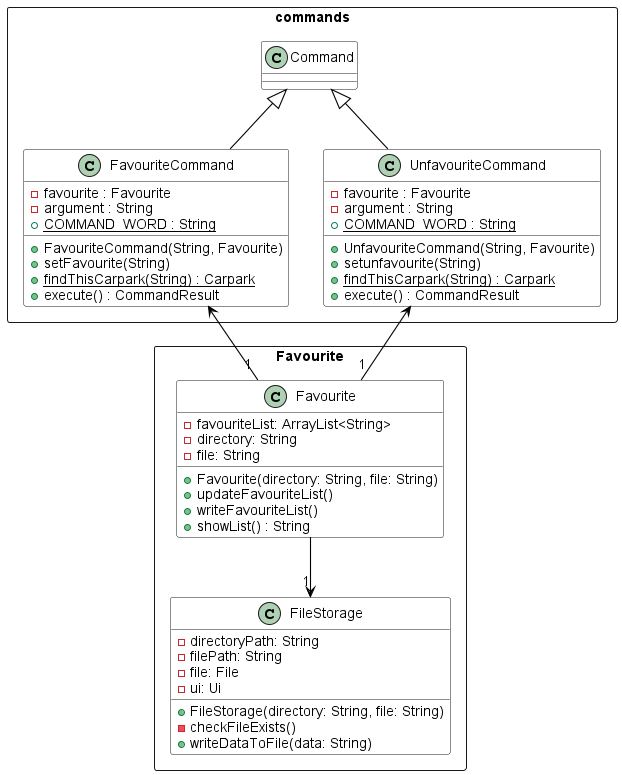
The PlantUML diagram docs/images/FavouriteClassDiagram.png in nus-cs2113-AY2223S1/tp, before a commit.
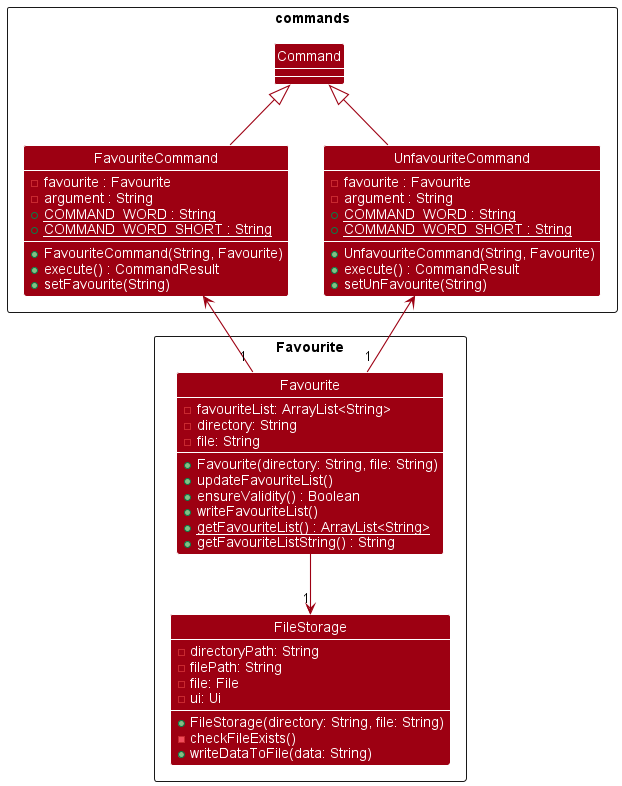
Later version of the same file.

The edit, as a diff of the source:
```diff
@@ -1,6 +1,7 @@
 @startuml
+!include style.puml
 skinparam arrowThickness 1.1
-skinparam arrowColor BLACK
+skinparam arrowColor MODEL_COLOR
 skinparam classBackgroundColor MODEL_COLOR
 show field
 show methods
@@ -10,20 +11,20 @@
     -favourite : Favourite
     -argument : String
     +<u>COMMAND_WORD : String
+    +<u>COMMAND_WORD_SHORT : String
     +FavouriteCommand(String, Favourite)
+    +execute() : CommandResult
     +setFavourite(String)
-    +<u>findThisCarpark(String) : Carpark
-    +execute() : CommandResult
 }
 
 Class UnfavouriteCommand {
     -favourite : Favourite
     -argument : String
     +<u>COMMAND_WORD : String
+    +<u>COMMAND_WORD_SHORT : String
     +UnfavouriteCommand(String, Favourite)
-    +setunfavourite(String)
-    +<u>findThisCarpark(String) : Carpark
     +execute() : CommandResult
+    +setUnFavourite(String)
 }
 
 Command <|-- FavouriteCommand
@@ -39,8 +40,10 @@
     -file: String
     +Favourite(directory: String, file: String)
     +updateFavouriteList()
+    +ensureValidity() : Boolean
     +writeFavouriteList()
-    +showList() : String
+    +<u>getFavouriteList() : ArrayList<String>
+    +getFavouriteListString() : String
 }
 
 Class FileStorage {
```
